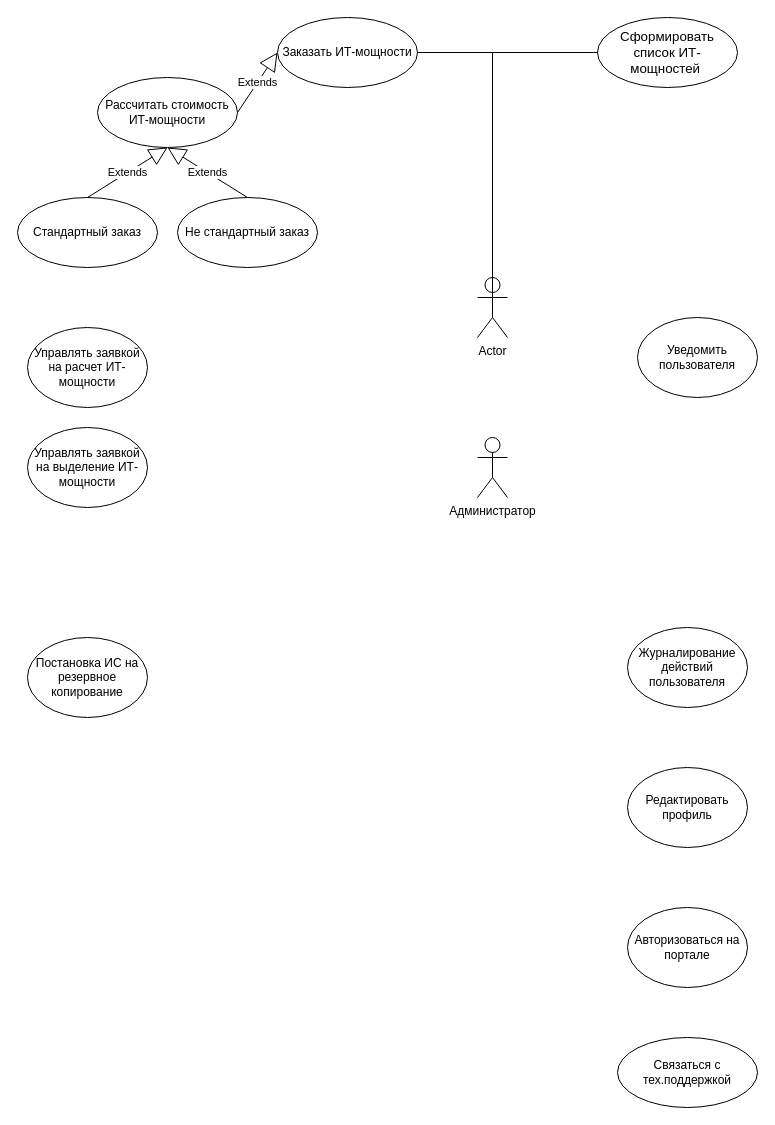
Before: UC.drawio in Tonop/X5, a draw.io diagram. Source tidied: cells renumbered, new cells numbered last; positions are measured from the earlier drawing's top-left corner, leaving out a move shared by most shapes. Both pictures are drawn from the tidied source at 100%, with x=0, y=0 at pixel (17, 17).
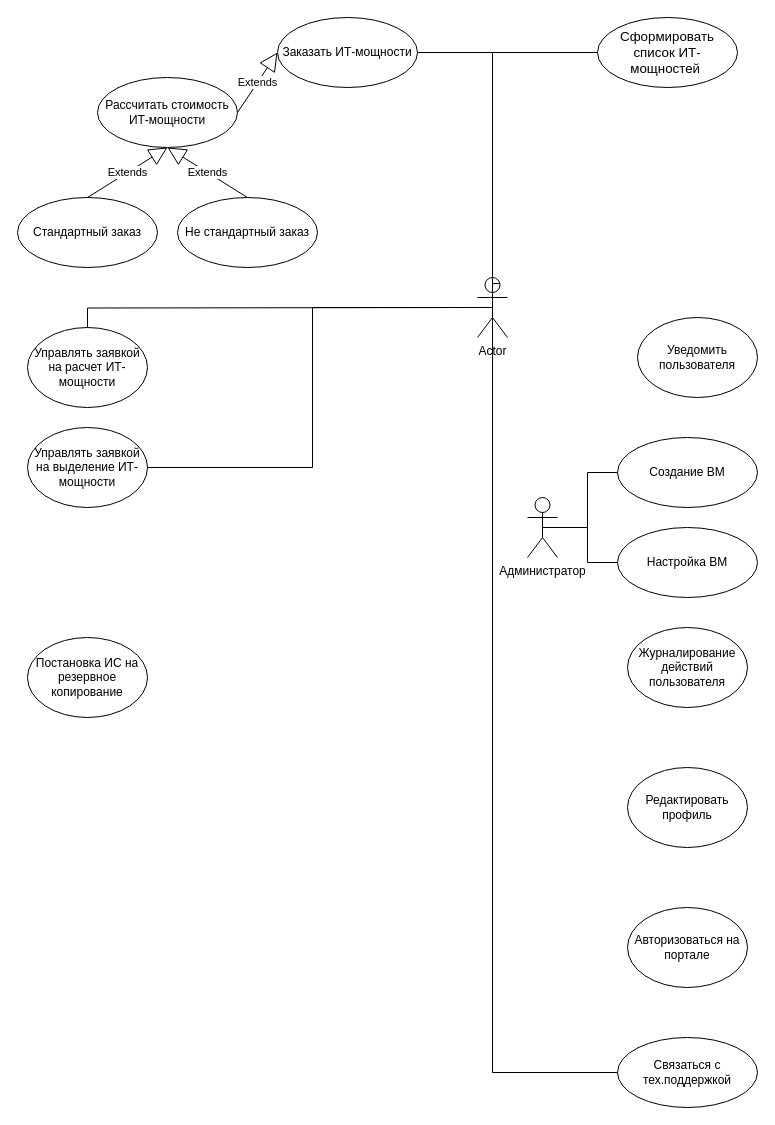
The same page after the edit.

The change refers to these unchanged cells:
```xml
<mxCell id="2" value="Actor" style="shape=umlActor;verticalLabelPosition=bottom;verticalAlign=top;html=1;outlineConnect=0;" parent="1" vertex="1">
  <mxGeometry x="460" y="260" width="30" height="60" as="geometry" />
</mxCell>
<mxCell id="12" value="Связаться с тех.поддержкой" style="ellipse;whiteSpace=wrap;html=1;" parent="1" vertex="1">
  <mxGeometry x="600" y="1020" width="140" height="70" as="geometry" />
</mxCell>
<mxCell id="18" value="Управлять заявкой на расчет ИТ-мощности" style="ellipse;whiteSpace=wrap;html=1;" parent="1" vertex="1">
  <mxGeometry x="10" y="310" width="120" height="80" as="geometry" />
</mxCell>
<mxCell id="19" value="Управлять заявкой на выделение ИТ-мощности" style="ellipse;whiteSpace=wrap;html=1;" parent="1" vertex="1">
  <mxGeometry x="10" y="410" width="120" height="80" as="geometry" />
</mxCell>
```

Diff of the diagram source:
```diff
@@
     <mxCell id="13" value="Администратор" style="shape=umlActor;verticalLabelPosition=bottom;verticalAlign=top;html=1;" parent="1" vertex="1">
-      <mxGeometry x="460" y="420" width="30" height="60" as="geometry" />
+      <mxGeometry x="510" y="480" width="30" height="60" as="geometry" />
     </mxCell>
@@
+    <mxCell id="22" style="endArrow=none;html=1;edgeStyle=orthogonalEdgeStyle;rounded=0;" parent="1" edge="1" target="18">
+      <mxGeometry relative="1" as="geometry">
+        <mxPoint x="470" y="290" as="sourcePoint" />
+      </mxGeometry>
+    </mxCell>
+    <mxCell id="23" style="endArrow=none;html=1;edgeStyle=orthogonalEdgeStyle;rounded=0;entryX=1;entryY=0.5;entryDx=0;entryDy=0;exitX=0.5;exitY=0.5;exitDx=0;exitDy=0;exitPerimeter=0;" parent="1" edge="1" source="2" target="19">
+      <mxGeometry relative="1" as="geometry" />
+    </mxCell>
+    <mxCell id="24" value="Создание ВМ" style="ellipse;whiteSpace=wrap;html=1;" parent="1" vertex="1">
+      <mxGeometry x="600" y="420" width="140" height="70" as="geometry" />
+    </mxCell>
+    <mxCell id="25" value="Настройка ВМ" style="ellipse;whiteSpace=wrap;html=1;" parent="1" vertex="1">
+      <mxGeometry x="600" y="510" width="140" height="70" as="geometry" />
+    </mxCell>
+    <mxCell id="26" style="endArrow=none;html=1;edgeStyle=orthogonalEdgeStyle;rounded=0;entryX=0;entryY=0.5;entryDx=0;entryDy=0;exitX=0.5;exitY=0.5;exitDx=0;exitDy=0;exitPerimeter=0;" parent="1" edge="1" source="13" target="24">
+      <mxGeometry relative="1" as="geometry" />
+    </mxCell>
+    <mxCell id="27" style="endArrow=none;html=1;edgeStyle=orthogonalEdgeStyle;rounded=0;entryX=0;entryY=0.5;entryDx=0;entryDy=0;exitX=0.5;exitY=0.5;exitDx=0;exitDy=0;exitPerimeter=0;" parent="1" edge="1" source="13" target="25">
+      <mxGeometry relative="1" as="geometry" />
+    </mxCell>
+    <mxCell id="28" style="endArrow=none;html=1;edgeStyle=orthogonalEdgeStyle;rounded=0;entryX=0;entryY=0.5;entryDx=0;entryDy=0;exitX=0.75;exitY=0.1;exitDx=0;exitDy=0;exitPerimeter=0;" parent="1" edge="1" source="2" target="12">
+      <mxGeometry relative="1" as="geometry">
+        <Array as="points">
+          <mxPoint x="475" y="266" />
+          <mxPoint x="475" y="1055" />
+        </Array>
+      </mxGeometry>
+    </mxCell>
```
